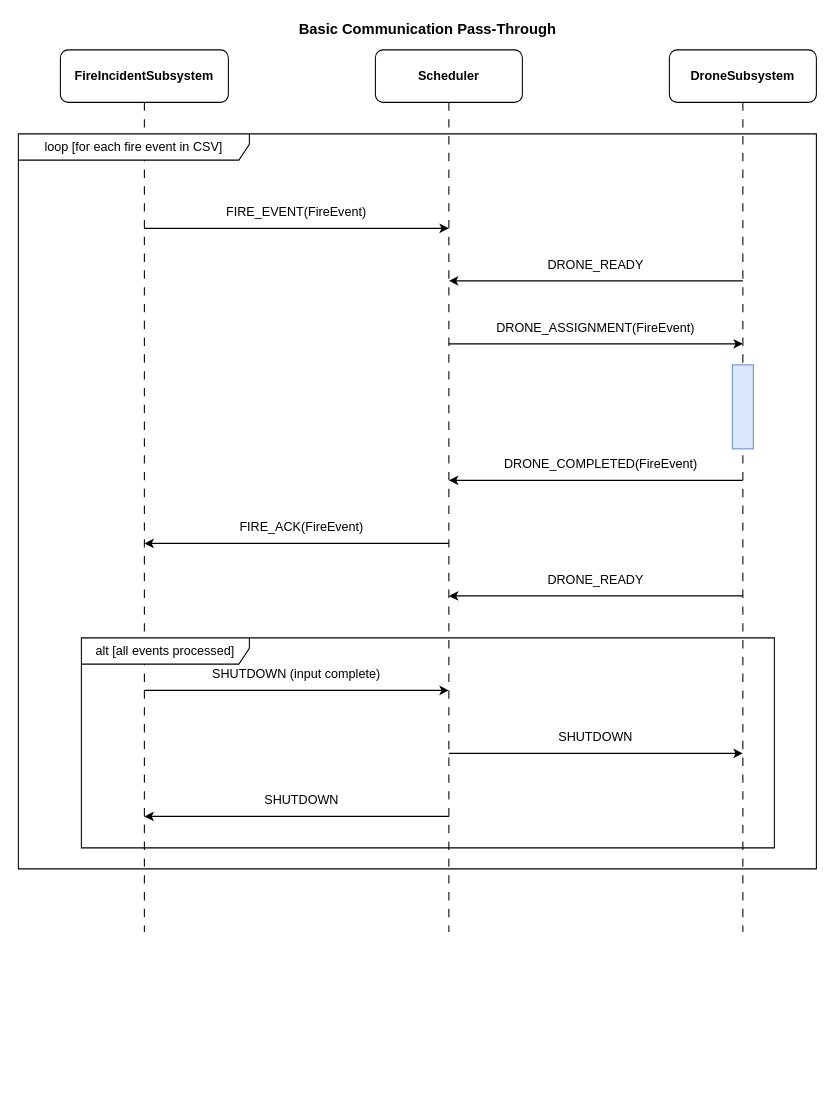
JowiAoun/SYSC3303W26-Project keeps this draw.io diagram as docs/diagrams/sequence-diagram.drawio. Above is the earlier version. Source tidied: cells renumbered, new cells numbered last; positions are measured from the earlier drawing's top-left corner, leaving out a move shared by most shapes. Both pictures are drawn from the tidied source at 105%, with x=0, y=0 at pixel (18, 18).
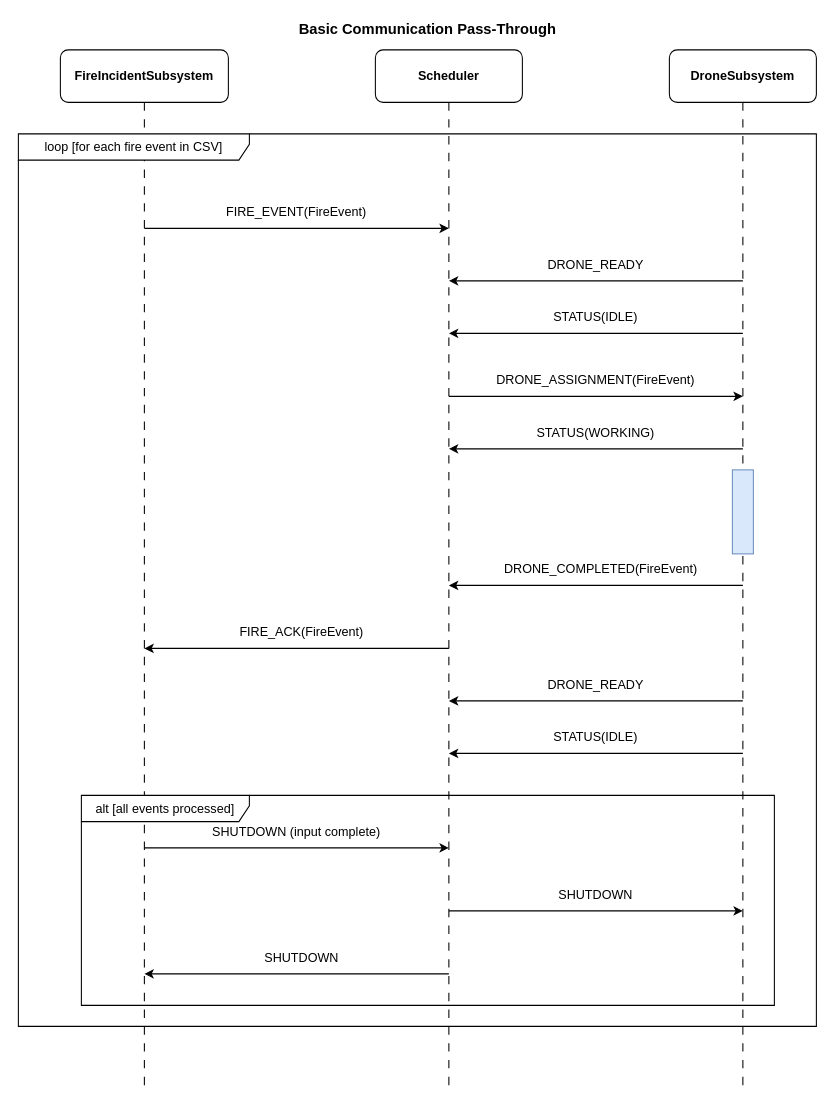
The same page after the edit.

Commit message:
docs(sequence): add states

What changed in the source:
```diff
@@
     <mxCell id="5" style="endArrow=none;html=1;rounded=0;dashed=1;dashPattern=8 8;" parent="1" edge="1">
       <mxGeometry relative="1" as="geometry">
         <mxPoint x="120" y="80" as="sourcePoint" />
-        <mxPoint x="120" y="870" as="targetPoint" />
+        <mxPoint x="120" y="1020" as="targetPoint" />
       </mxGeometry>
     </mxCell>
     <mxCell id="6" style="endArrow=none;html=1;rounded=0;dashed=1;dashPattern=8 8;" parent="1" edge="1">
       <mxGeometry relative="1" as="geometry">
         <mxPoint x="410" y="80" as="sourcePoint" />
-        <mxPoint x="410" y="870" as="targetPoint" />
+        <mxPoint x="410" y="1020" as="targetPoint" />
       </mxGeometry>
     </mxCell>
     <mxCell id="7" style="endArrow=none;html=1;rounded=0;dashed=1;dashPattern=8 8;" parent="1" edge="1">
       <mxGeometry relative="1" as="geometry">
         <mxPoint x="690" y="80" as="sourcePoint" />
-        <mxPoint x="690" y="870" as="targetPoint" />
+        <mxPoint x="690" y="1020" as="targetPoint" />
       </mxGeometry>
     </mxCell>
     <mxCell id="8" value="loop [for each fire event in CSV]" style="shape=umlFrame;whiteSpace=wrap;html=1;width=220;height=25;" parent="1" vertex="1">
-      <mxGeometry y="110" width="760" height="700" as="geometry" />
+      <mxGeometry y="110" width="760" height="850" as="geometry" />
     </mxCell>
@@
     <mxCell id="13" style="endArrow=classic;html=1;rounded=0;" parent="1" edge="1">
       <mxGeometry relative="1" as="geometry">
-        <mxPoint x="410" y="310" as="sourcePoint" />
-        <mxPoint x="690" y="310" as="targetPoint" />
+        <mxPoint x="410" y="360" as="sourcePoint" />
+        <mxPoint x="690" y="360" as="targetPoint" />
       </mxGeometry>
     </mxCell>
     <mxCell id="14" value="DRONE_ASSIGNMENT(FireEvent)" style="text;html=1;strokeColor=none;fillColor=none;align=center;verticalAlign=middle;whiteSpace=wrap;rounded=0;" parent="1" vertex="1">
-      <mxGeometry x="450" y="285" width="200" height="20" as="geometry" />
+      <mxGeometry x="450" y="335" width="200" height="20" as="geometry" />
     </mxCell>
     <mxCell id="15" style="rounded=0;whiteSpace=wrap;html=1;fillColor=#dae8fc;strokeColor=#6c8ebf;" parent="1" vertex="1">
-      <mxGeometry x="680" y="330" width="20" height="80" as="geometry" />
+      <mxGeometry x="680" y="430" width="20" height="80" as="geometry" />
     </mxCell>
     <mxCell id="16" style="endArrow=classic;html=1;rounded=0;" parent="1" edge="1">
       <mxGeometry relative="1" as="geometry">
-        <mxPoint x="690" y="440" as="sourcePoint" />
-        <mxPoint x="410" y="440" as="targetPoint" />
+        <mxPoint x="690" y="540" as="sourcePoint" />
+        <mxPoint x="410" y="540" as="targetPoint" />
       </mxGeometry>
     </mxCell>
     <mxCell id="17" value="DRONE_COMPLETED(FireEvent)" style="text;html=1;strokeColor=none;fillColor=none;align=center;verticalAlign=middle;whiteSpace=wrap;rounded=0;" parent="1" vertex="1">
-      <mxGeometry x="460" y="415" width="190" height="20" as="geometry" />
+      <mxGeometry x="460" y="515" width="190" height="20" as="geometry" />
     </mxCell>
     <mxCell id="18" style="endArrow=classic;html=1;rounded=0;" parent="1" edge="1">
       <mxGeometry relative="1" as="geometry">
-        <mxPoint x="410" y="500" as="sourcePoint" />
-        <mxPoint x="120" y="500" as="targetPoint" />
+        <mxPoint x="410" y="600" as="sourcePoint" />
+        <mxPoint x="120" y="600" as="targetPoint" />
       </mxGeometry>
     </mxCell>
     <mxCell id="19" value="FIRE_ACK(FireEvent)" style="text;html=1;strokeColor=none;fillColor=none;align=center;verticalAlign=middle;whiteSpace=wrap;rounded=0;" parent="1" vertex="1">
-      <mxGeometry x="200" y="475" width="140" height="20" as="geometry" />
+      <mxGeometry x="200" y="575" width="140" height="20" as="geometry" />
     </mxCell>
     <mxCell id="20" style="endArrow=classic;html=1;rounded=0;" parent="1" edge="1">
       <mxGeometry relative="1" as="geometry">
-        <mxPoint x="690" y="550" as="sourcePoint" />
-        <mxPoint x="410" y="550" as="targetPoint" />
+        <mxPoint x="690" y="650" as="sourcePoint" />
+        <mxPoint x="410" y="650" as="targetPoint" />
       </mxGeometry>
     </mxCell>
     <mxCell id="21" value="DRONE_READY" style="text;html=1;strokeColor=none;fillColor=none;align=center;verticalAlign=middle;whiteSpace=wrap;rounded=0;" parent="1" vertex="1">
-      <mxGeometry x="490" y="525" width="120" height="20" as="geometry" />
+      <mxGeometry x="490" y="625" width="120" height="20" as="geometry" />
     </mxCell>
     <mxCell id="22" value="alt [all events processed]" style="shape=umlFrame;whiteSpace=wrap;html=1;width=160;height=25;" parent="1" vertex="1">
-      <mxGeometry x="60" y="590" width="660" height="200" as="geometry" />
+      <mxGeometry x="60" y="740" width="660" height="200" as="geometry" />
     </mxCell>
     <mxCell id="23" style="endArrow=classic;html=1;rounded=0;" parent="1" edge="1">
       <mxGeometry relative="1" as="geometry">
-        <mxPoint x="120" y="640" as="sourcePoint" />
-        <mxPoint x="410" y="640" as="targetPoint" />
+        <mxPoint x="120" y="790" as="sourcePoint" />
+        <mxPoint x="410" y="790" as="targetPoint" />
       </mxGeometry>
     </mxCell>
     <mxCell id="24" value="SHUTDOWN (input complete)" style="text;html=1;strokeColor=none;fillColor=none;align=center;verticalAlign=middle;whiteSpace=wrap;rounded=0;" parent="1" vertex="1">
-      <mxGeometry x="180" y="615" width="170" height="20" as="geometry" />
+      <mxGeometry x="180" y="765" width="170" height="20" as="geometry" />
     </mxCell>
     <mxCell id="25" style="endArrow=classic;html=1;rounded=0;" parent="1" edge="1">
       <mxGeometry relative="1" as="geometry">
-        <mxPoint x="410" y="700" as="sourcePoint" />
-        <mxPoint x="690" y="700" as="targetPoint" />
+        <mxPoint x="410" y="850" as="sourcePoint" />
+        <mxPoint x="690" y="850" as="targetPoint" />
       </mxGeometry>
     </mxCell>
     <mxCell id="26" value="SHUTDOWN" style="text;html=1;strokeColor=none;fillColor=none;align=center;verticalAlign=middle;whiteSpace=wrap;rounded=0;" parent="1" vertex="1">
-      <mxGeometry x="500" y="675" width="100" height="20" as="geometry" />
+      <mxGeometry x="500" y="825" width="100" height="20" as="geometry" />
     </mxCell>
     <mxCell id="27" style="endArrow=classic;html=1;rounded=0;" parent="1" edge="1">
       <mxGeometry relative="1" as="geometry">
-        <mxPoint x="410" y="760" as="sourcePoint" />
-        <mxPoint x="120" y="760" as="targetPoint" />
+        <mxPoint x="410" y="910" as="sourcePoint" />
+        <mxPoint x="120" y="910" as="targetPoint" />
       </mxGeometry>
     </mxCell>
     <mxCell id="28" value="SHUTDOWN" style="text;html=1;strokeColor=none;fillColor=none;align=center;verticalAlign=middle;whiteSpace=wrap;rounded=0;" parent="1" vertex="1">
-      <mxGeometry x="220" y="735" width="100" height="20" as="geometry" />
+      <mxGeometry x="220" y="885" width="100" height="20" as="geometry" />
     </mxCell>
@@
+    <mxCell id="30" style="endArrow=classic;html=1;rounded=0;" parent="1" edge="1">
+      <mxGeometry relative="1" as="geometry">
+        <mxPoint x="690" y="300" as="sourcePoint" />
+        <mxPoint x="410" y="300" as="targetPoint" />
+      </mxGeometry>
+    </mxCell>
+    <mxCell id="31" value="STATUS(IDLE)" style="text;html=1;strokeColor=none;fillColor=none;align=center;verticalAlign=middle;whiteSpace=wrap;rounded=0;" parent="1" vertex="1">
+      <mxGeometry x="450" y="275" width="200" height="20" as="geometry" />
+    </mxCell>
+    <mxCell id="32" style="endArrow=classic;html=1;rounded=0;" parent="1" edge="1">
+      <mxGeometry relative="1" as="geometry">
+        <mxPoint x="690" y="410" as="sourcePoint" />
+        <mxPoint x="410" y="410" as="targetPoint" />
+      </mxGeometry>
+    </mxCell>
+    <mxCell id="33" value="STATUS(WORKING)" style="text;html=1;strokeColor=none;fillColor=none;align=center;verticalAlign=middle;whiteSpace=wrap;rounded=0;" parent="1" vertex="1">
+      <mxGeometry x="450" y="385" width="200" height="20" as="geometry" />
+    </mxCell>
+    <mxCell id="34" style="endArrow=classic;html=1;rounded=0;" parent="1" edge="1">
+      <mxGeometry relative="1" as="geometry">
+        <mxPoint x="690" y="700" as="sourcePoint" />
+        <mxPoint x="410" y="700" as="targetPoint" />
+      </mxGeometry>
+    </mxCell>
+    <mxCell id="35" value="STATUS(IDLE)" style="text;html=1;strokeColor=none;fillColor=none;align=center;verticalAlign=middle;whiteSpace=wrap;rounded=0;" parent="1" vertex="1">
+      <mxGeometry x="450" y="675" width="200" height="20" as="geometry" />
+    </mxCell>
```
